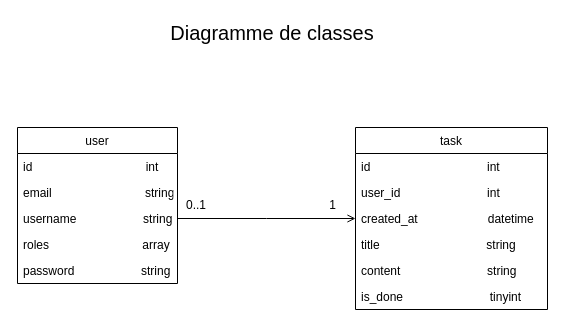
Before: assets/diagrams/classes_diagrams.drawio in pierrefayet/Todo, a draw.io diagram. Source tidied: cells renumbered, new cells numbered last; positions are measured from the earlier drawing's top-left corner, leaving out a move shared by most shapes. Both pictures are drawn from the tidied source at 100%, with x=0, y=0 at pixel (17, 17).
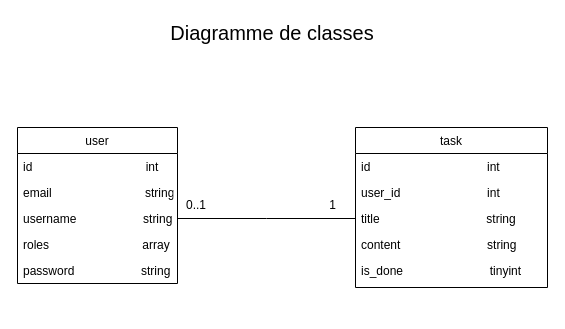
The same diagram, later.

Unchanged cells that the change refers to:
```xml
<mxCell id="5" value="username                    string" style="text;align=left;verticalAlign=top;spacingLeft=4;spacingRight=4;overflow=hidden;points=[[0,0.5],[1,0.5]];portConstraint=eastwest;rounded=0;shadow=0;html=0;" parent="2" vertex="1">
  <mxGeometry y="78" width="160" height="26" as="geometry" />
</mxCell>
```

What changed in the source:
```diff
@@
     <mxCell id="8" value="task" style="swimlane;fontStyle=0;align=center;verticalAlign=top;horizontal=1;startSize=26;rounded=0;shadow=0;strokeWidth=1;" parent="1" vertex="1">
-      <mxGeometry x="338" y="110" width="192" height="182" as="geometry" />
+      <mxGeometry x="338" y="110" width="192" height="160" as="geometry" />
     </mxCell>
@@
-    <mxCell id="11" value="created_at                     datetime" style="text;align=left;verticalAlign=top;spacingLeft=4;spacingRight=4;overflow=hidden;rounded=0;shadow=0;html=0;" parent="8" vertex="1">
-      <mxGeometry y="78" width="192" height="26" as="geometry" />
-    </mxCell>
     <mxCell id="12" value="title                                string" style="text;align=left;verticalAlign=top;spacingLeft=4;spacingRight=4;overflow=hidden;rounded=0;shadow=0;html=0;" parent="8" vertex="1">
-      <mxGeometry y="104" width="192" height="26" as="geometry" />
+      <mxGeometry y="78" width="192" height="26" as="geometry" />
     </mxCell>
     <mxCell id="13" value="content                          string" style="text;align=left;verticalAlign=top;spacingLeft=4;spacingRight=4;overflow=hidden;rounded=0;shadow=0;html=0;" parent="8" vertex="1">
-      <mxGeometry y="130" width="192" height="26" as="geometry" />
+      <mxGeometry y="104" width="192" height="26" as="geometry" />
     </mxCell>
     <mxCell id="14" value="is_done                          tinyint" style="text;align=left;verticalAlign=top;spacingLeft=4;spacingRight=4;overflow=hidden;rounded=0;shadow=0;html=0;" parent="8" vertex="1">
-      <mxGeometry y="156" width="192" height="26" as="geometry" />
+      <mxGeometry y="130" width="192" height="26" as="geometry" />
     </mxCell>
-    <mxCell id="15" style="endArrow=open;shadow=0;strokeWidth=1;rounded=0;curved=0;endFill=1;edgeStyle=elbowEdgeStyle;elbow=vertical;exitX=1;exitY=0.5;exitDx=0;exitDy=0;" parent="1" edge="1" source="5" target="8">
+    <mxCell id="15" style="endArrow=none;shadow=0;strokeWidth=1;rounded=0;curved=0;endFill=0;edgeStyle=elbowEdgeStyle;elbow=vertical;exitX=1;exitY=0.5;exitDx=0;exitDy=0;" parent="1" edge="1" source="5" target="8">
       <mxGeometry x="0.5" y="41" relative="1" as="geometry">
         <mxPoint x="-40" y="32" as="offset" />
       </mxGeometry>
     </mxCell>
```
